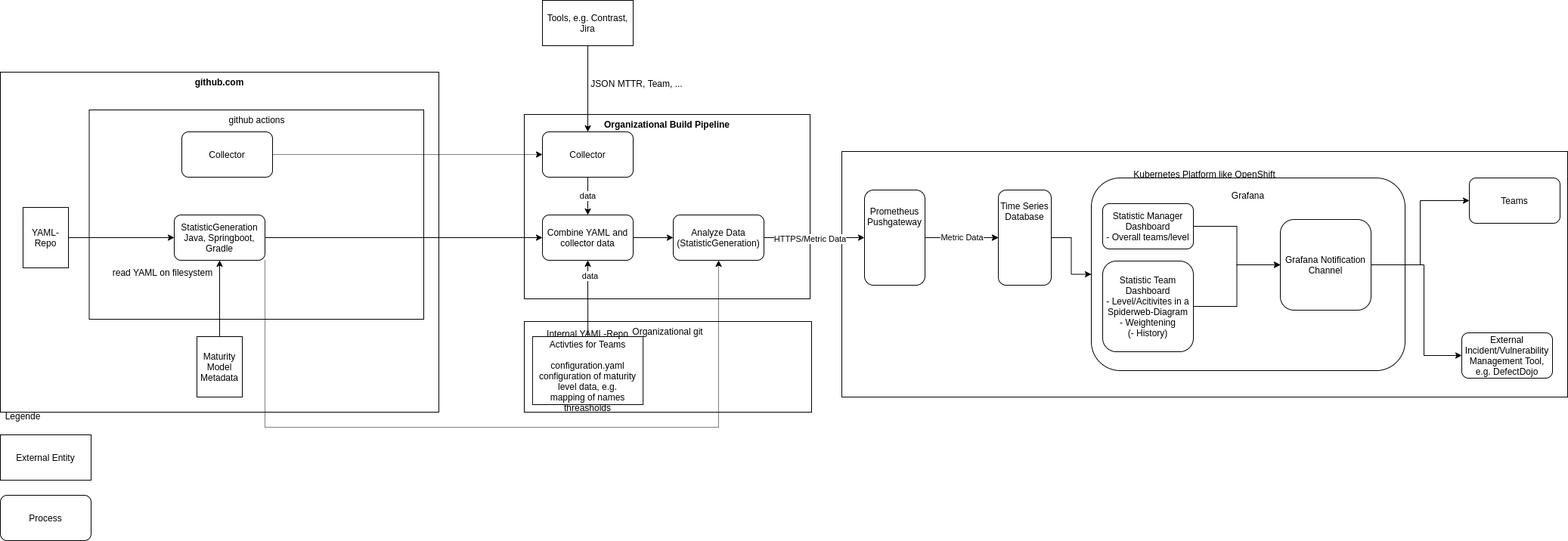
The draw.io diagram docs/architecture.png in devsecopsmaturitymodel/metricCA, before a commit. Source tidied: cells renumbered, new cells last; positions are measured from the earlier drawing's top-left corner, leaving out a move shared by most shapes. The source it was exported from:
```xml
<mxGraphModel>
  <root>
    <mxCell id="0" />
    <mxCell id="1" parent="0" />
    <mxCell id="2" value="Kubernetes Platform like OpenShift&lt;br&gt;&lt;br&gt;&lt;br&gt;&lt;br&gt;&lt;br&gt;&lt;br&gt;&lt;br&gt;&lt;br&gt;&lt;br&gt;&lt;br&gt;&lt;br&gt;&lt;br&gt;&lt;br&gt;&lt;br&gt;&lt;br&gt;&lt;br&gt;&lt;br&gt;&lt;br&gt;&lt;br&gt;&lt;br&gt;" style="rounded=0;whiteSpace=wrap;html=1;" parent="1" vertex="1">
      <mxGeometry x="1113" y="200" width="960" height="325" as="geometry" />
    </mxCell>
    <mxCell id="3" value="github.com" style="rounded=0;whiteSpace=wrap;html=1;verticalAlign=top;fontStyle=1;" parent="1" vertex="1">
      <mxGeometry y="95" width="580" height="450" as="geometry" />
    </mxCell>
    <mxCell id="4" value="External Entity" style="rounded=0;whiteSpace=wrap;html=1;" parent="1" vertex="1">
      <mxGeometry y="575" width="120" height="60" as="geometry" />
    </mxCell>
    <mxCell id="5" value="Process" style="rounded=1;whiteSpace=wrap;html=1;" parent="1" vertex="1">
      <mxGeometry y="655" width="120" height="60" as="geometry" />
    </mxCell>
    <mxCell id="6" value="Legende" style="text;html=1;strokeColor=none;fillColor=none;align=center;verticalAlign=middle;whiteSpace=wrap;rounded=0;" parent="1" vertex="1">
      <mxGeometry y="535" width="60" height="30" as="geometry" />
    </mxCell>
    <mxCell id="7" value="YAML-Repo" style="shape=cylinder3;whiteSpace=wrap;html=1;boundedLbl=1;backgroundOutline=1;size=15;" parent="1" vertex="1">
      <mxGeometry x="30" y="274" width="60" height="80" as="geometry" />
    </mxCell>
    <mxCell id="8" value="github actions" style="rounded=0;whiteSpace=wrap;html=1;verticalAlign=top;" parent="1" vertex="1">
      <mxGeometry x="117.5" y="145" width="442.5" height="277" as="geometry" />
    </mxCell>
    <mxCell id="9" value="StatisticGeneration&lt;br&gt;Java, Springboot, Gradle" style="rounded=1;whiteSpace=wrap;html=1;" parent="1" vertex="1">
      <mxGeometry x="230" y="284" width="120" height="60" as="geometry" />
    </mxCell>
    <mxCell id="10" style="endArrow=classic;html=1;rounded=0;entryX=0;entryY=0.5;entryDx=0;entryDy=0;exitX=1;exitY=0.5;exitDx=0;exitDy=0;exitPerimeter=0;" parent="1" edge="1" source="7" target="9">
      <mxGeometry relative="1" as="geometry" />
    </mxCell>
    <mxCell id="11" value="read YAML on filesystem" style="text;html=1;strokeColor=none;fillColor=none;align=center;verticalAlign=middle;whiteSpace=wrap;rounded=0;" parent="1" vertex="1">
      <mxGeometry x="140" y="345" width="150" height="30" as="geometry" />
    </mxCell>
    <mxCell id="12" style="edgeStyle=orthogonalEdgeStyle;rounded=0;jettySize=auto;html=1;entryX=0.5;entryY=1;entryDx=0;entryDy=0;" parent="1" edge="1" source="13" target="9">
      <mxGeometry relative="1" as="geometry" />
    </mxCell>
    <mxCell id="13" value="Maturity Model Metadata" style="shape=cylinder3;whiteSpace=wrap;html=1;boundedLbl=1;backgroundOutline=1;size=15;" parent="1" vertex="1">
      <mxGeometry x="260" y="445" width="60" height="80" as="geometry" />
    </mxCell>
    <mxCell id="14" value="External Incident/Vulnerability Management Tool, e.g. DefectDojo" style="rounded=1;whiteSpace=wrap;html=1;" parent="1" vertex="1">
      <mxGeometry x="1933" y="440" width="120" height="60" as="geometry" />
    </mxCell>
    <mxCell id="15" value="Grafana&lt;br&gt;&lt;br&gt;&lt;br&gt;&lt;br&gt;&lt;br&gt;&lt;br&gt;&lt;br&gt;&lt;br&gt;&lt;br&gt;&lt;br&gt;&lt;br&gt;&lt;br&gt;&lt;br&gt;&lt;br&gt;&lt;br&gt;&lt;br&gt;" style="rounded=1;whiteSpace=wrap;html=1;" parent="1" vertex="1">
      <mxGeometry x="1443" y="235" width="415" height="255" as="geometry" />
    </mxCell>
    <mxCell id="16" style="edgeStyle=orthogonalEdgeStyle;rounded=0;jettySize=auto;html=1;" parent="1" edge="1" source="17" target="22">
      <mxGeometry relative="1" as="geometry" />
    </mxCell>
    <mxCell id="17" value="Statistic Team Dashboard&lt;br&gt;- Level/Acitivites in a Spiderweb-Diagram&lt;br&gt;- Weightening&lt;br&gt;(- History)" style="rounded=1;whiteSpace=wrap;html=1;" parent="1" vertex="1">
      <mxGeometry x="1458" y="345" width="120" height="120" as="geometry" />
    </mxCell>
    <mxCell id="18" style="edgeStyle=orthogonalEdgeStyle;rounded=0;jettySize=auto;html=1;entryX=0;entryY=0.5;entryDx=0;entryDy=0;" parent="1" edge="1" source="19" target="22">
      <mxGeometry relative="1" as="geometry" />
    </mxCell>
    <mxCell id="19" value="Statistic Manager Dashboard&lt;br&gt;- Overall teams/level" style="rounded=1;whiteSpace=wrap;html=1;" parent="1" vertex="1">
      <mxGeometry x="1458" y="269" width="120" height="60" as="geometry" />
    </mxCell>
    <mxCell id="20" style="edgeStyle=orthogonalEdgeStyle;rounded=0;jettySize=auto;html=1;entryX=0;entryY=0.5;entryDx=0;entryDy=0;" parent="1" edge="1" source="22" target="14">
      <mxGeometry relative="1" as="geometry">
        <Array as="points">
          <mxPoint x="1883" y="350" />
          <mxPoint x="1883" y="470" />
        </Array>
      </mxGeometry>
    </mxCell>
    <mxCell id="21" style="edgeStyle=orthogonalEdgeStyle;rounded=0;jettySize=auto;html=1;" parent="1" edge="1" source="22" target="40">
      <mxGeometry relative="1" as="geometry" />
    </mxCell>
    <mxCell id="22" value="Grafana Notification Channel" style="rounded=1;whiteSpace=wrap;html=1;" parent="1" vertex="1">
      <mxGeometry x="1693" y="290" width="120" height="120" as="geometry" />
    </mxCell>
    <mxCell id="23" value="Organizational git" style="rounded=0;whiteSpace=wrap;html=1;verticalAlign=top;" parent="1" vertex="1">
      <mxGeometry x="693" y="425" width="380" height="120" as="geometry" />
    </mxCell>
    <mxCell id="24" value="&lt;b&gt;Organizational Build Pipeline&lt;/b&gt;" style="rounded=0;whiteSpace=wrap;html=1;verticalAlign=top;" parent="1" vertex="1">
      <mxGeometry x="693" y="151" width="378" height="244" as="geometry" />
    </mxCell>
    <mxCell id="25" value="Tools, e.g. Contrast, Jira" style="rounded=0;whiteSpace=wrap;html=1;" parent="1" vertex="1">
      <mxGeometry x="717" width="120" height="60" as="geometry" />
    </mxCell>
    <mxCell id="26" style="endArrow=classic;html=1;rounded=0;entryX=0.5;entryY=0;entryDx=0;entryDy=0;exitX=0.5;exitY=1;exitDx=0;exitDy=0;" parent="1" edge="1" source="25" target="29">
      <mxGeometry relative="1" as="geometry" />
    </mxCell>
    <mxCell id="27" value="JSON MTTR, Team, ..." style="text;html=1;strokeColor=none;fillColor=none;align=center;verticalAlign=middle;whiteSpace=wrap;rounded=0;" parent="1" vertex="1">
      <mxGeometry x="767" y="95" width="150" height="30" as="geometry" />
    </mxCell>
    <mxCell id="28" value="data" style="edgeStyle=orthogonalEdgeStyle;rounded=0;jettySize=auto;html=1;" parent="1" edge="1" source="29" target="37">
      <mxGeometry relative="1" as="geometry" />
    </mxCell>
    <mxCell id="29" value="Collector" style="rounded=1;whiteSpace=wrap;html=1;" parent="1" vertex="1">
      <mxGeometry x="717" y="174" width="120" height="60" as="geometry" />
    </mxCell>
    <mxCell id="30" style="edgeStyle=orthogonalEdgeStyle;rounded=0;jettySize=auto;html=1;exitX=1;exitY=0.5;exitDx=0;exitDy=0;" parent="1" edge="1" source="43" target="36">
      <mxGeometry relative="1" as="geometry" />
    </mxCell>
    <mxCell id="31" value="HTTPS/Metric Data" style="edgeLabel;html=1;align=center;verticalAlign=middle;" parent="30" vertex="1">
      <mxGeometry x="0.36" y="-1" relative="1" as="geometry">
        <mxPoint x="-30" as="offset" />
      </mxGeometry>
    </mxCell>
    <mxCell id="32" value="data" style="edgeStyle=orthogonalEdgeStyle;rounded=0;jettySize=auto;html=1;" parent="1" edge="1" source="33" target="37">
      <mxGeometry x="0.59" y="-3" relative="1" as="geometry" />
    </mxCell>
    <mxCell id="33" value="Internal YAML-Repo&lt;br&gt;Activties for Teams&lt;br&gt;&lt;br&gt;configuration.yaml&lt;br&gt;configuration of maturity level data, e.g.&lt;br&gt;mapping of names&lt;br&gt;threasholds" style="shape=cylinder3;whiteSpace=wrap;html=1;boundedLbl=1;backgroundOutline=1;size=15;" parent="1" vertex="1">
      <mxGeometry x="703.9" y="445" width="146.2" height="90" as="geometry" />
    </mxCell>
    <mxCell id="34" style="edgeStyle=orthogonalEdgeStyle;rounded=0;jettySize=auto;html=1;" parent="1" edge="1" source="36" target="39">
      <mxGeometry relative="1" as="geometry" />
    </mxCell>
    <mxCell id="35" value="Metric Data" style="edgeStyle=orthogonalEdgeStyle;rounded=0;jettySize=auto;html=1;dashed=1;dashPattern=1 1;" parent="1" edge="1" source="36" target="39">
      <mxGeometry relative="1" as="geometry" />
    </mxCell>
    <mxCell id="36" value="Prometheus Pushgateway&lt;br&gt;&lt;br&gt;&lt;br&gt;&lt;br&gt;&lt;br&gt;" style="rounded=1;whiteSpace=wrap;html=1;" parent="1" vertex="1">
      <mxGeometry x="1143" y="251" width="80" height="126" as="geometry" />
    </mxCell>
    <mxCell id="37" value="Combine YAML and collector data" style="rounded=1;whiteSpace=wrap;html=1;" parent="1" vertex="1">
      <mxGeometry x="717" y="284" width="120" height="60" as="geometry" />
    </mxCell>
    <mxCell id="38" style="edgeStyle=orthogonalEdgeStyle;rounded=0;jettySize=auto;html=1;" parent="1" edge="1" source="39" target="15">
      <mxGeometry relative="1" as="geometry" />
    </mxCell>
    <mxCell id="39" value="Time Series Database&lt;br&gt;&lt;br&gt;&lt;br&gt;&lt;br&gt;&lt;br&gt;&lt;br&gt;" style="rounded=1;whiteSpace=wrap;html=1;" parent="1" vertex="1">
      <mxGeometry x="1320" y="251" width="70" height="126" as="geometry" />
    </mxCell>
    <mxCell id="40" value="Teams" style="rounded=1;whiteSpace=wrap;html=1;" parent="1" vertex="1">
      <mxGeometry x="1943" y="235" width="120" height="60" as="geometry" />
    </mxCell>
    <mxCell id="41" style="edgeStyle=orthogonalEdgeStyle;rounded=0;jettySize=auto;html=1;dashed=1;dashPattern=1 1;" parent="1" edge="1" source="42" target="29">
      <mxGeometry relative="1" as="geometry" />
    </mxCell>
    <mxCell id="42" value="Collector" style="rounded=1;whiteSpace=wrap;html=1;" parent="1" vertex="1">
      <mxGeometry x="240" y="174" width="120" height="60" as="geometry" />
    </mxCell>
    <mxCell id="43" value="Analyze Data&lt;br&gt;(StatisticGeneration)" style="rounded=1;whiteSpace=wrap;html=1;" parent="1" vertex="1">
      <mxGeometry x="890" y="284" width="120" height="60" as="geometry" />
    </mxCell>
    <mxCell id="44" style="edgeStyle=orthogonalEdgeStyle;rounded=0;jettySize=auto;html=1;exitX=1;exitY=0.5;exitDx=0;exitDy=0;" parent="1" edge="1" source="37" target="43">
      <mxGeometry relative="1" as="geometry" />
    </mxCell>
    <mxCell id="45" style="edgeStyle=orthogonalEdgeStyle;rounded=0;jettySize=auto;html=1;entryX=0.5;entryY=1;entryDx=0;entryDy=0;dashed=1;dashPattern=1 1;exitX=1;exitY=1;exitDx=0;exitDy=0;" parent="1" edge="1" source="9" target="43">
      <mxGeometry relative="1" as="geometry">
        <Array as="points">
          <mxPoint x="350" y="565" />
          <mxPoint x="950" y="565" />
        </Array>
      </mxGeometry>
    </mxCell>
    <mxCell id="46" style="edgeStyle=orthogonalEdgeStyle;rounded=0;jettySize=auto;html=1;" parent="1" edge="1" source="9" target="37">
      <mxGeometry relative="1" as="geometry" />
    </mxCell>
  </root>
</mxGraphModel>
```
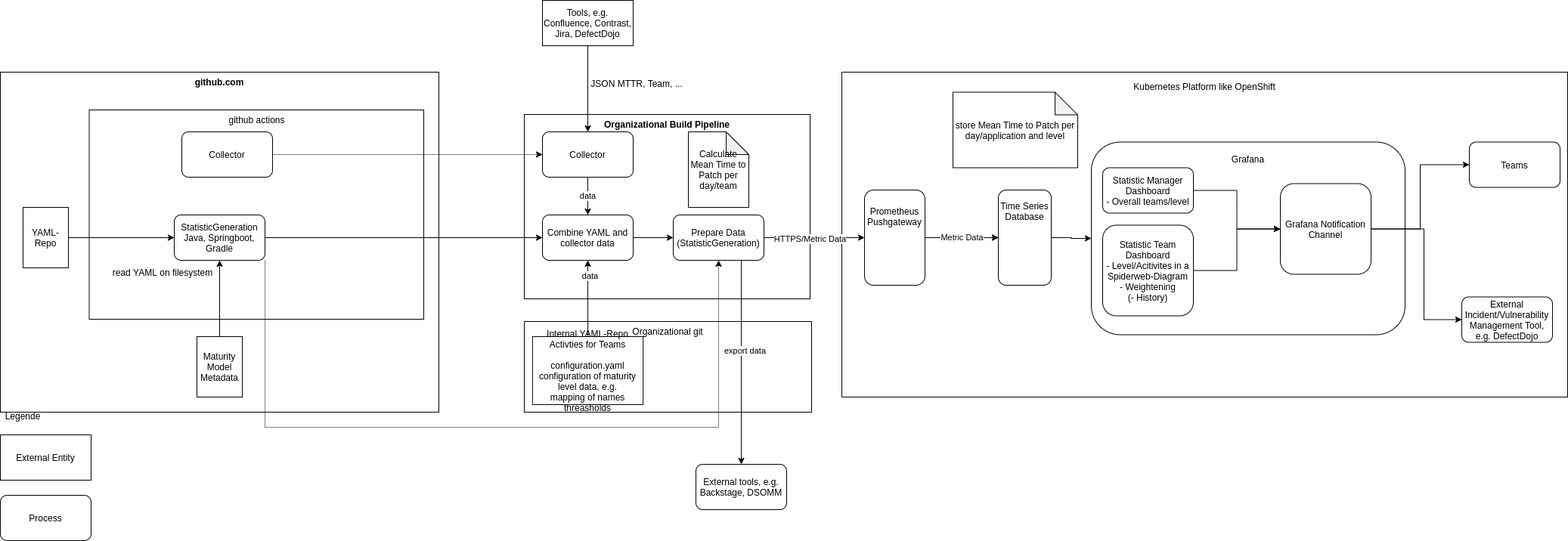
Later version of the same file.

The edit, as a diff of the source:
```diff
@@ -2,8 +2,8 @@
   <root>
     <mxCell id="0" />
     <mxCell id="1" parent="0" />
-    <mxCell id="2" value="Kubernetes Platform like OpenShift&lt;br&gt;&lt;br&gt;&lt;br&gt;&lt;br&gt;&lt;br&gt;&lt;br&gt;&lt;br&gt;&lt;br&gt;&lt;br&gt;&lt;br&gt;&lt;br&gt;&lt;br&gt;&lt;br&gt;&lt;br&gt;&lt;br&gt;&lt;br&gt;&lt;br&gt;&lt;br&gt;&lt;br&gt;&lt;br&gt;" style="rounded=0;whiteSpace=wrap;html=1;" parent="1" vertex="1">
-      <mxGeometry x="1113" y="200" width="960" height="325" as="geometry" />
+    <mxCell id="2" value="Kubernetes Platform like OpenShift&lt;br&gt;&lt;br&gt;&lt;br&gt;&lt;br&gt;&lt;br&gt;&lt;br&gt;&lt;br&gt;&lt;br&gt;&lt;br&gt;&lt;br&gt;&lt;br&gt;&lt;br&gt;&lt;br&gt;&lt;br&gt;&lt;br&gt;&lt;br&gt;&lt;br&gt;&lt;br&gt;&lt;br&gt;&lt;br&gt;&lt;br&gt;&lt;br&gt;&lt;br&gt;&lt;br&gt;&lt;br&gt;&lt;br&gt;&lt;br&gt;&lt;br&gt;&lt;br&gt;" style="rounded=0;whiteSpace=wrap;html=1;" parent="1" vertex="1">
+      <mxGeometry x="1113" y="95" width="960" height="430" as="geometry" />
     </mxCell>
     <mxCell id="3" value="github.com" style="rounded=0;whiteSpace=wrap;html=1;verticalAlign=top;fontStyle=1;" parent="1" vertex="1">
       <mxGeometry y="95" width="580" height="450" as="geometry" />
@@ -39,28 +39,28 @@
       <mxGeometry x="260" y="445" width="60" height="80" as="geometry" />
     </mxCell>
     <mxCell id="14" value="External Incident/Vulnerability Management Tool, e.g. DefectDojo" style="rounded=1;whiteSpace=wrap;html=1;" parent="1" vertex="1">
-      <mxGeometry x="1933" y="440" width="120" height="60" as="geometry" />
+      <mxGeometry x="1933" y="392.5" width="120" height="60" as="geometry" />
     </mxCell>
     <mxCell id="15" value="Grafana&lt;br&gt;&lt;br&gt;&lt;br&gt;&lt;br&gt;&lt;br&gt;&lt;br&gt;&lt;br&gt;&lt;br&gt;&lt;br&gt;&lt;br&gt;&lt;br&gt;&lt;br&gt;&lt;br&gt;&lt;br&gt;&lt;br&gt;&lt;br&gt;" style="rounded=1;whiteSpace=wrap;html=1;" parent="1" vertex="1">
-      <mxGeometry x="1443" y="235" width="415" height="255" as="geometry" />
+      <mxGeometry x="1443" y="187.5" width="415" height="255" as="geometry" />
     </mxCell>
     <mxCell id="16" style="edgeStyle=orthogonalEdgeStyle;rounded=0;jettySize=auto;html=1;" parent="1" edge="1" source="17" target="22">
       <mxGeometry relative="1" as="geometry" />
     </mxCell>
     <mxCell id="17" value="Statistic Team Dashboard&lt;br&gt;- Level/Acitivites in a Spiderweb-Diagram&lt;br&gt;- Weightening&lt;br&gt;(- History)" style="rounded=1;whiteSpace=wrap;html=1;" parent="1" vertex="1">
-      <mxGeometry x="1458" y="345" width="120" height="120" as="geometry" />
+      <mxGeometry x="1458" y="297.5" width="120" height="120" as="geometry" />
     </mxCell>
     <mxCell id="18" style="edgeStyle=orthogonalEdgeStyle;rounded=0;jettySize=auto;html=1;entryX=0;entryY=0.5;entryDx=0;entryDy=0;" parent="1" edge="1" source="19" target="22">
       <mxGeometry relative="1" as="geometry" />
     </mxCell>
     <mxCell id="19" value="Statistic Manager Dashboard&lt;br&gt;- Overall teams/level" style="rounded=1;whiteSpace=wrap;html=1;" parent="1" vertex="1">
-      <mxGeometry x="1458" y="269" width="120" height="60" as="geometry" />
+      <mxGeometry x="1458" y="221.5" width="120" height="60" as="geometry" />
     </mxCell>
     <mxCell id="20" style="edgeStyle=orthogonalEdgeStyle;rounded=0;jettySize=auto;html=1;entryX=0;entryY=0.5;entryDx=0;entryDy=0;" parent="1" edge="1" source="22" target="14">
       <mxGeometry relative="1" as="geometry">
         <Array as="points">
-          <mxPoint x="1883" y="350" />
-          <mxPoint x="1883" y="470" />
+          <mxPoint x="1883" y="302.5" />
+          <mxPoint x="1883" y="422.5" />
         </Array>
       </mxGeometry>
     </mxCell>
@@ -68,7 +68,7 @@
       <mxGeometry relative="1" as="geometry" />
     </mxCell>
     <mxCell id="22" value="Grafana Notification Channel" style="rounded=1;whiteSpace=wrap;html=1;" parent="1" vertex="1">
-      <mxGeometry x="1693" y="290" width="120" height="120" as="geometry" />
+      <mxGeometry x="1693" y="242.5" width="120" height="120" as="geometry" />
     </mxCell>
     <mxCell id="23" value="Organizational git" style="rounded=0;whiteSpace=wrap;html=1;verticalAlign=top;" parent="1" vertex="1">
       <mxGeometry x="693" y="425" width="380" height="120" as="geometry" />
@@ -76,7 +76,7 @@
     <mxCell id="24" value="&lt;b&gt;Organizational Build Pipeline&lt;/b&gt;" style="rounded=0;whiteSpace=wrap;html=1;verticalAlign=top;" parent="1" vertex="1">
       <mxGeometry x="693" y="151" width="378" height="244" as="geometry" />
     </mxCell>
-    <mxCell id="25" value="Tools, e.g. Contrast, Jira" style="rounded=0;whiteSpace=wrap;html=1;" parent="1" vertex="1">
+    <mxCell id="25" value="Tools, e.g. Confluence, Contrast, Jira, DefectDojo" style="rounded=0;whiteSpace=wrap;html=1;" parent="1" vertex="1">
       <mxGeometry x="717" width="120" height="60" as="geometry" />
     </mxCell>
     <mxCell id="26" style="endArrow=classic;html=1;rounded=0;entryX=0.5;entryY=0;entryDx=0;entryDy=0;exitX=0.5;exitY=1;exitDx=0;exitDy=0;" parent="1" edge="1" source="25" target="29">
@@ -120,11 +120,17 @@
     <mxCell id="38" style="edgeStyle=orthogonalEdgeStyle;rounded=0;jettySize=auto;html=1;" parent="1" edge="1" source="39" target="15">
       <mxGeometry relative="1" as="geometry" />
     </mxCell>
+    <mxCell id="47" style="edgeStyle=orthogonalEdgeStyle;rounded=0;jettySize=auto;html=1;exitX=0.75;exitY=1;exitDx=0;exitDy=0;" parent="1" edge="1" source="43" target="49">
+      <mxGeometry relative="1" as="geometry" />
+    </mxCell>
+    <mxCell id="48" value="export data" style="edgeLabel;html=1;align=center;verticalAlign=middle;" parent="47" vertex="1">
+      <mxGeometry x="-0.12" y="4" relative="1" as="geometry" />
+    </mxCell>
     <mxCell id="39" value="Time Series Database&lt;br&gt;&lt;br&gt;&lt;br&gt;&lt;br&gt;&lt;br&gt;&lt;br&gt;" style="rounded=1;whiteSpace=wrap;html=1;" parent="1" vertex="1">
       <mxGeometry x="1320" y="251" width="70" height="126" as="geometry" />
     </mxCell>
     <mxCell id="40" value="Teams" style="rounded=1;whiteSpace=wrap;html=1;" parent="1" vertex="1">
-      <mxGeometry x="1943" y="235" width="120" height="60" as="geometry" />
+      <mxGeometry x="1943" y="187.5" width="120" height="60" as="geometry" />
     </mxCell>
     <mxCell id="41" style="edgeStyle=orthogonalEdgeStyle;rounded=0;jettySize=auto;html=1;dashed=1;dashPattern=1 1;" parent="1" edge="1" source="42" target="29">
       <mxGeometry relative="1" as="geometry" />
@@ -132,7 +138,7 @@
     <mxCell id="42" value="Collector" style="rounded=1;whiteSpace=wrap;html=1;" parent="1" vertex="1">
       <mxGeometry x="240" y="174" width="120" height="60" as="geometry" />
     </mxCell>
-    <mxCell id="43" value="Analyze Data&lt;br&gt;(StatisticGeneration)" style="rounded=1;whiteSpace=wrap;html=1;" parent="1" vertex="1">
+    <mxCell id="43" value="Prepare Data&lt;br&gt;(StatisticGeneration)" style="rounded=1;whiteSpace=wrap;html=1;" parent="1" vertex="1">
       <mxGeometry x="890" y="284" width="120" height="60" as="geometry" />
     </mxCell>
     <mxCell id="44" style="edgeStyle=orthogonalEdgeStyle;rounded=0;jettySize=auto;html=1;exitX=1;exitY=0.5;exitDx=0;exitDy=0;" parent="1" edge="1" source="37" target="43">
@@ -149,5 +155,14 @@
     <mxCell id="46" style="edgeStyle=orthogonalEdgeStyle;rounded=0;jettySize=auto;html=1;" parent="1" edge="1" source="9" target="37">
       <mxGeometry relative="1" as="geometry" />
     </mxCell>
+    <mxCell id="49" value="External tools, e.g. Backstage, DSOMM" style="rounded=1;whiteSpace=wrap;html=1;" parent="1" vertex="1">
+      <mxGeometry x="920" y="614" width="120" height="60" as="geometry" />
+    </mxCell>
+    <mxCell id="50" value="Calculate Mean Time to Patch per day/team" style="shape=note;whiteSpace=wrap;html=1;backgroundOutline=1;darkOpacity=0.05;" parent="1" vertex="1">
+      <mxGeometry x="910" y="174" width="80" height="100" as="geometry" />
+    </mxCell>
+    <mxCell id="51" value="store Mean Time to Patch per day/application and level" style="shape=note;whiteSpace=wrap;html=1;backgroundOutline=1;darkOpacity=0.05;" parent="1" vertex="1">
+      <mxGeometry x="1260" y="121.5" width="165" height="100" as="geometry" />
+    </mxCell>
   </root>
 </mxGraphModel>
```
